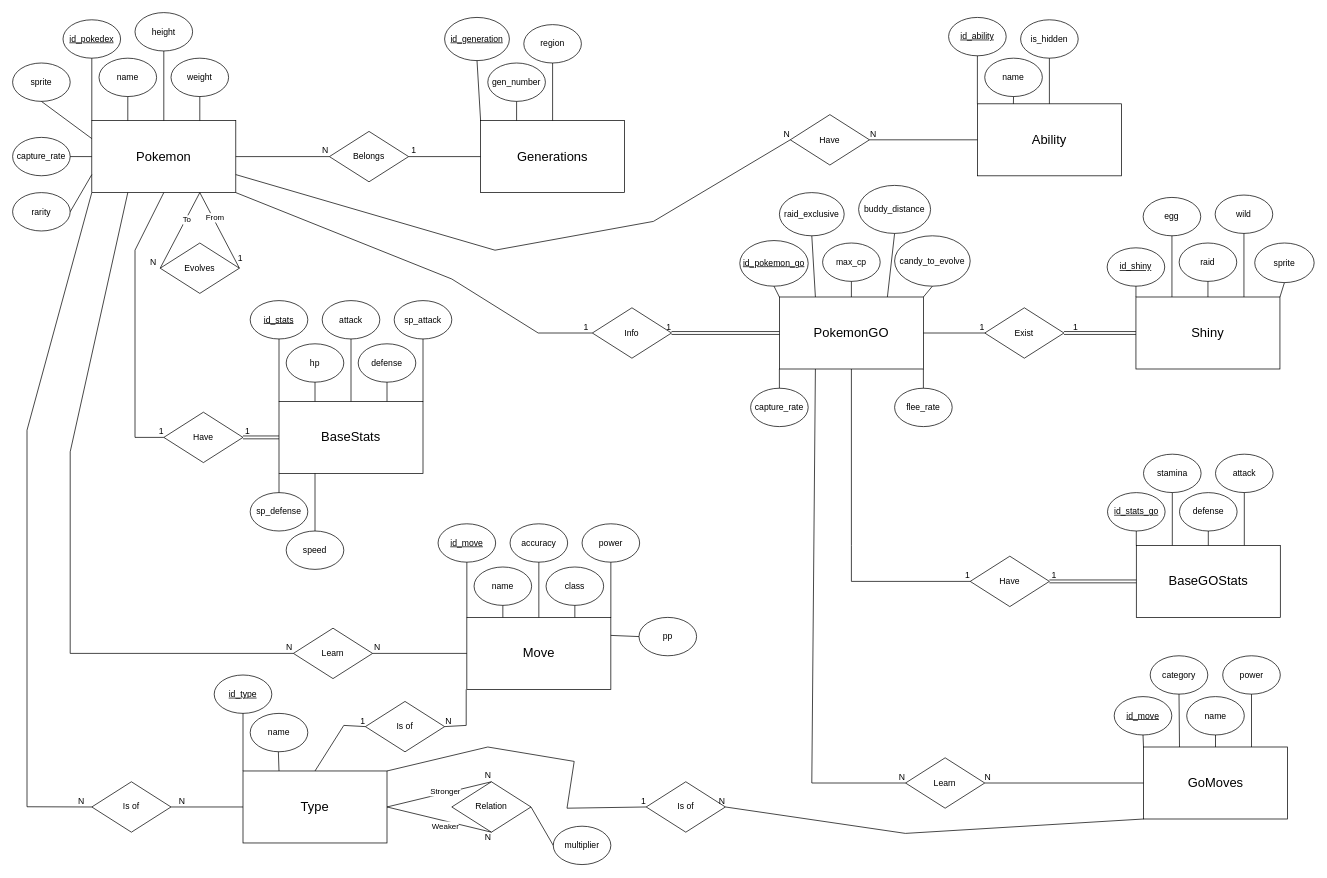
Earlier version of the draw.io diagram docs/Modelo-Entidade-Relacionamento.drawio (ArMiPi/Trabalho-Banco-de-Dados). Source tidied: cells renumbered, new cells numbered last; positions are measured from the earlier drawing's top-left corner, leaving out a move shared by most shapes. Both pictures are drawn from the tidied source at 72%, with x=0, y=0 at pixel (12, 12).
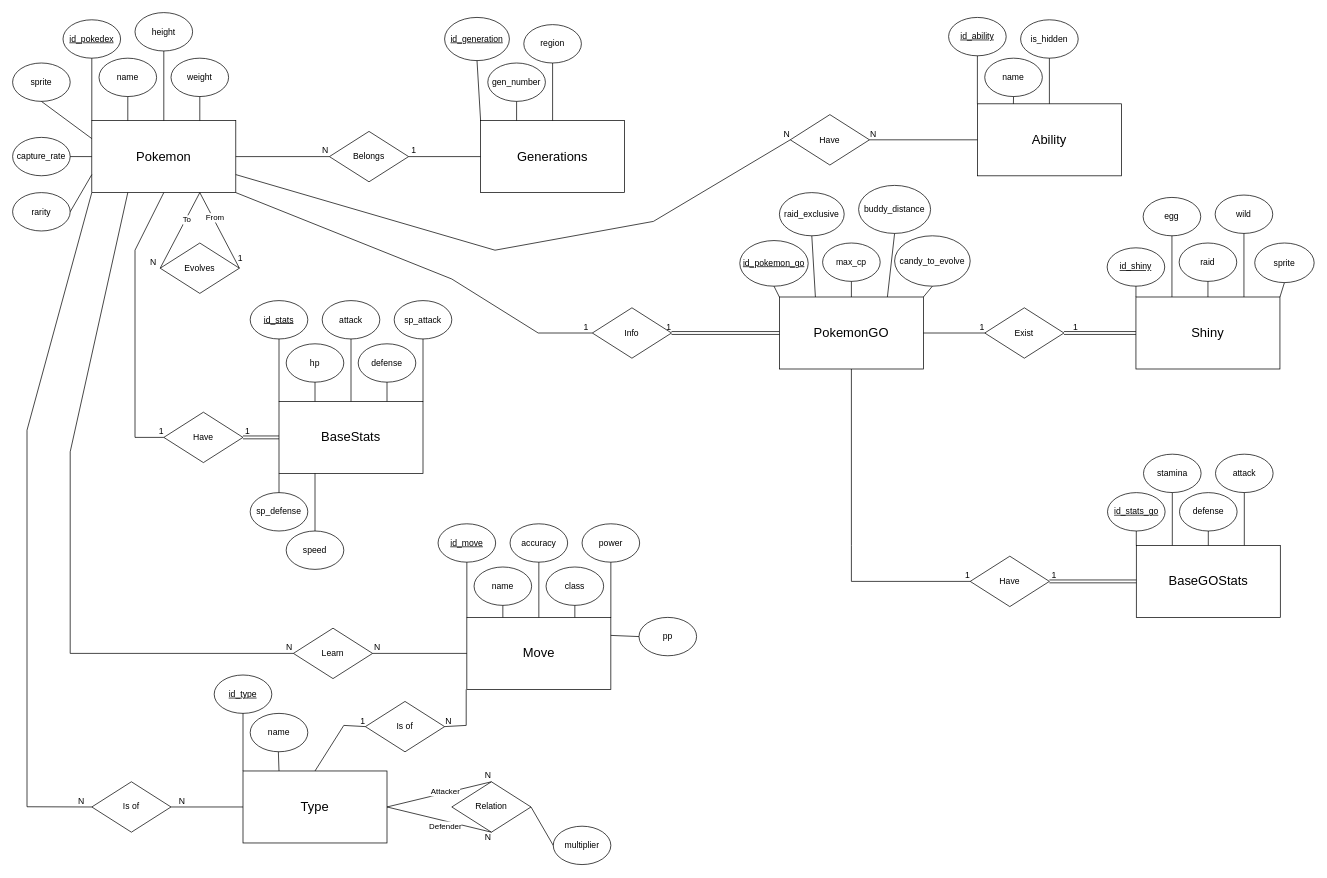
The same page after the edit.

Commit message (it also covers changes not shown here):
Correções modelo ER

- Modelo-Entidade-Relacionamento
		Foram removidas tabelas que não faziam sentido para o
		objetivo do trabalho, e também alguns registros cujos
		dados fornecido pela API não seriam úteis para o
		trabalho

	- Esquema-Relacional
		Foram feitos ajustes para que o esquema representasse de
		forma fiel o modelo

	- db
		Foram feitas as alterações para que db represente o
		esquema

		BIT foi substituído por SMALLINT

Unchanged cells that the change refers to:
```xml
<mxCell id="42" value="&lt;span style=&quot;font-size: 18px;&quot;&gt;Type&lt;/span&gt;" style="rounded=0;whiteSpace=wrap;html=1;" parent="1" vertex="1">
  <mxGeometry x="320" y="1053.3" width="200" height="100" as="geometry" />
</mxCell>
<mxCell id="70" value="&lt;font style=&quot;font-size: 18px;&quot;&gt;PokemonGO&lt;/font&gt;" style="rounded=0;whiteSpace=wrap;html=1;" parent="1" vertex="1">
  <mxGeometry x="1065" y="395" width="200" height="100" as="geometry" />
</mxCell>
<mxCell id="99" style="endArrow=none;html=1;rounded=0;exitX=1;exitY=0.5;exitDx=0;exitDy=0;entryX=0.5;entryY=0;entryDx=0;entryDy=0;" parent="1" edge="1" source="42" target="68">
  <mxGeometry relative="1" as="geometry" />
</mxCell>
<mxCell id="102" style="endArrow=none;html=1;rounded=0;exitX=1;exitY=0.5;exitDx=0;exitDy=0;entryX=0.5;entryY=1;entryDx=0;entryDy=0;" parent="1" edge="1" source="42" target="68">
  <mxGeometry relative="1" as="geometry" />
</mxCell>
```

Change to the diagram source:
```diff
@@
-    <mxCell id="101" value="Stronger" style="edgeLabel;html=1;align=center;verticalAlign=middle;" parent="99" vertex="1">
+    <mxCell id="101" value="Attacker" style="edgeLabel;html=1;align=center;verticalAlign=middle;" parent="99" vertex="1">
       <mxGeometry x="0.23" relative="1" as="geometry">
         <mxPoint x="-9" as="offset" />
       </mxGeometry>
     </mxCell>
@@
-    <mxCell id="104" value="Weaker" style="edgeLabel;html=1;align=center;verticalAlign=middle;" parent="102" vertex="1">
+    <mxCell id="104" value="Defender" style="edgeLabel;html=1;align=center;verticalAlign=middle;" parent="102" vertex="1">
       <mxGeometry x="-0.17" y="-1" relative="1" as="geometry">
         <mxPoint x="20" y="11" as="offset" />
       </mxGeometry>
     </mxCell>
@@
-    <mxCell id="133" value="&lt;font style=&quot;font-size: 12px;&quot;&gt;capture_rate&lt;br&gt;&lt;/font&gt;" style="ellipse;whiteSpace=wrap;html=1;" parent="1" vertex="1">
-      <mxGeometry x="1025" y="521.7" width="80" height="53.3" as="geometry" />
-    </mxCell>
-    <mxCell id="134" style="endArrow=none;html=1;rounded=0;entryX=0;entryY=1;entryDx=0;entryDy=0;exitX=0.5;exitY=0;exitDx=0;exitDy=0;" parent="1" edge="1" source="133" target="70">
-      <mxGeometry relative="1" as="geometry" />
-    </mxCell>
@@
-    <mxCell id="141" value="&lt;font style=&quot;font-size: 12px;&quot;&gt;flee_rate&lt;br&gt;&lt;/font&gt;" style="ellipse;whiteSpace=wrap;html=1;" parent="1" vertex="1">
-      <mxGeometry x="1225" y="521.7" width="80" height="53.3" as="geometry" />
-    </mxCell>
-    <mxCell id="142" style="endArrow=none;html=1;rounded=0;entryX=1;entryY=1;entryDx=0;entryDy=0;exitX=0.5;exitY=0;exitDx=0;exitDy=0;" parent="1" edge="1" source="141" target="70">
-      <mxGeometry relative="1" as="geometry" />
-    </mxCell>
@@
-    <mxCell id="158" value="&lt;font style=&quot;font-size: 18px;&quot;&gt;GoMoves&lt;/font&gt;" style="rounded=0;whiteSpace=wrap;html=1;" parent="1" vertex="1">
-      <mxGeometry x="1570.7" y="1020" width="200" height="100" as="geometry" />
-    </mxCell>
-    <mxCell id="159" value="Learn" style="rhombus;whiteSpace=wrap;html=1;" parent="1" vertex="1">
-      <mxGeometry x="1240.2" y="1035" width="110" height="70" as="geometry" />
-    </mxCell>
-    <mxCell id="160" style="endArrow=none;html=1;rounded=0;exitX=0;exitY=0.5;exitDx=0;exitDy=0;entryX=1;entryY=0.5;entryDx=0;entryDy=0;" parent="1" edge="1" source="158" target="159">
-      <mxGeometry relative="1" as="geometry" />
-    </mxCell>
-    <mxCell id="161" value="N" style="html=1;align=right;verticalAlign=bottom;" parent="160" vertex="1">
-      <mxGeometry x="1" relative="1" as="geometry">
-        <mxPoint x="9" as="offset" />
-      </mxGeometry>
-    </mxCell>
-    <mxCell id="162" style="endArrow=none;html=1;rounded=0;exitX=0.25;exitY=1;exitDx=0;exitDy=0;entryX=0;entryY=0.5;entryDx=0;entryDy=0;" parent="1" edge="1" source="70" target="159">
-      <mxGeometry relative="1" as="geometry">
-        <Array as="points">
-          <mxPoint x="1110" y="1070" />
-        </Array>
-      </mxGeometry>
-    </mxCell>
-    <mxCell id="163" value="N" style="html=1;align=right;verticalAlign=bottom;" parent="162" vertex="1">
-      <mxGeometry x="1" relative="1" as="geometry" />
-    </mxCell>
-    <mxCell id="164" value="&lt;font style=&quot;font-size: 12px;&quot;&gt;&lt;u&gt;id_move&lt;/u&gt;&lt;br&gt;&lt;/font&gt;" style="ellipse;whiteSpace=wrap;html=1;" parent="1" vertex="1">
-      <mxGeometry x="1530" y="950" width="80" height="53.3" as="geometry" />
-    </mxCell>
-    <mxCell id="165" style="endArrow=none;html=1;entryX=0.5;entryY=1;entryDx=0;entryDy=0;exitX=0;exitY=0;exitDx=0;exitDy=0;" parent="1" edge="1" source="158" target="164">
-      <mxGeometry relative="1" as="geometry" />
-    </mxCell>
-    <mxCell id="166" value="&lt;font style=&quot;font-size: 12px;&quot;&gt;category&lt;br&gt;&lt;/font&gt;" style="ellipse;whiteSpace=wrap;html=1;" parent="1" vertex="1">
-      <mxGeometry x="1580" y="893.3" width="80" height="53.3" as="geometry" />
-    </mxCell>
-    <mxCell id="167" style="endArrow=none;html=1;entryX=0.5;entryY=1;entryDx=0;entryDy=0;exitX=0.25;exitY=0;exitDx=0;exitDy=0;" parent="1" edge="1" source="158" target="166">
-      <mxGeometry relative="1" as="geometry" />
-    </mxCell>
-    <mxCell id="168" value="&lt;font style=&quot;font-size: 12px;&quot;&gt;name&lt;br&gt;&lt;/font&gt;" style="ellipse;whiteSpace=wrap;html=1;" parent="1" vertex="1">
-      <mxGeometry x="1630.7" y="950" width="80" height="53.3" as="geometry" />
-    </mxCell>
-    <mxCell id="169" style="endArrow=none;html=1;entryX=0.5;entryY=0;entryDx=0;entryDy=0;exitX=0.5;exitY=1;exitDx=0;exitDy=0;" parent="1" edge="1" source="168" target="158">
-      <mxGeometry relative="1" as="geometry" />
-    </mxCell>
-    <mxCell id="170" value="&lt;font style=&quot;font-size: 12px;&quot;&gt;power&lt;br&gt;&lt;/font&gt;" style="ellipse;whiteSpace=wrap;html=1;" parent="1" vertex="1">
-      <mxGeometry x="1680.7" y="893.3" width="80" height="53.3" as="geometry" />
-    </mxCell>
-    <mxCell id="171" style="endArrow=none;html=1;rounded=0;exitX=0.75;exitY=0;exitDx=0;exitDy=0;entryX=0.5;entryY=1;entryDx=0;entryDy=0;" parent="1" edge="1" source="158" target="170">
-      <mxGeometry relative="1" as="geometry" />
-    </mxCell>
-    <mxCell id="172" value="Is of" style="rhombus;whiteSpace=wrap;html=1;" parent="1" vertex="1">
-      <mxGeometry x="880" y="1068.3" width="110" height="70" as="geometry" />
-    </mxCell>
-    <mxCell id="173" style="endArrow=none;html=1;rounded=0;entryX=0;entryY=0.5;entryDx=0;entryDy=0;exitX=1;exitY=0;exitDx=0;exitDy=0;" parent="1" edge="1" source="42" target="172">
-      <mxGeometry relative="1" as="geometry">
-        <Array as="points">
-          <mxPoint x="660" y="1020" />
-          <mxPoint x="780" y="1040" />
-          <mxPoint x="770" y="1105" />
-        </Array>
-      </mxGeometry>
-    </mxCell>
-    <mxCell id="174" value="1" style="html=1;align=right;verticalAlign=bottom;" parent="173" vertex="1">
-      <mxGeometry x="1" relative="1" as="geometry" />
-    </mxCell>
-    <mxCell id="175" style="endArrow=none;html=1;rounded=0;entryX=1;entryY=0.5;entryDx=0;entryDy=0;exitX=0;exitY=1;exitDx=0;exitDy=0;" parent="1" edge="1" source="158" target="172">
-      <mxGeometry relative="1" as="geometry">
-        <Array as="points">
-          <mxPoint x="1240" y="1140" />
-        </Array>
-      </mxGeometry>
-    </mxCell>
-    <mxCell id="176" value="N" style="html=1;align=right;verticalAlign=bottom;" parent="175" vertex="1">
-      <mxGeometry x="1" relative="1" as="geometry" />
-    </mxCell>
```
